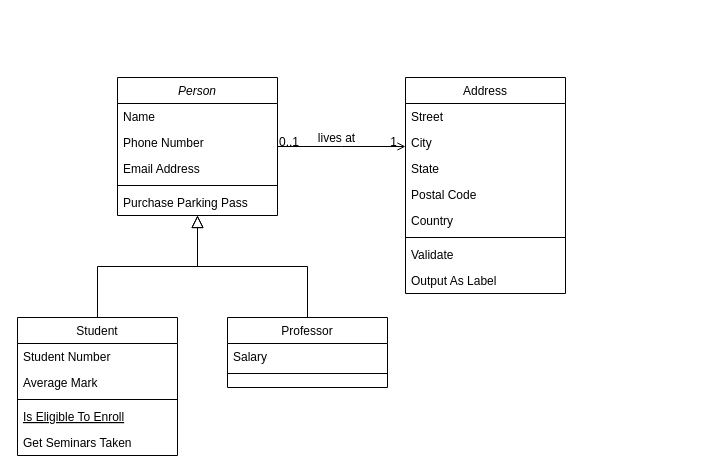
This is app/blog/Untitled Diagram.drawio from Xgrow420/xgrowServer3, a draw.io file, before an edit. Source tidied: cells renumbered, new cells numbered last; positions are measured from the earlier drawing's top-left corner, leaving out a move shared by most shapes. Both pictures are drawn from the tidied source at 100%, with x=0, y=0 at pixel (17, 77).
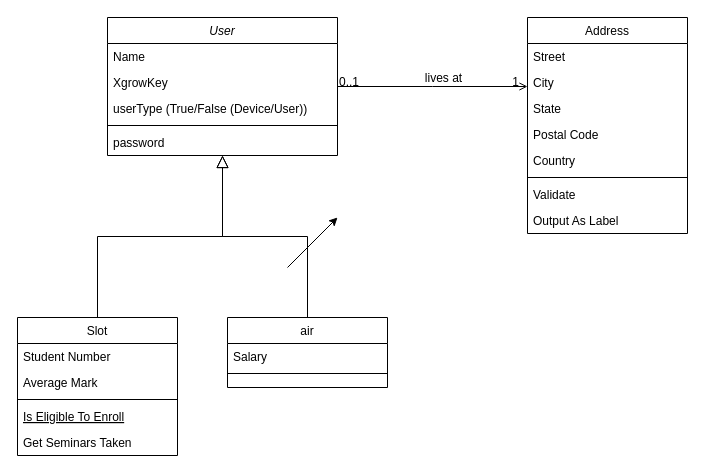
After the change.

The edit, as a diff of the source:
```diff
@@
-    <mxCell id="2" value="Person" style="swimlane;fontStyle=2;align=center;verticalAlign=top;horizontal=1;startSize=26;rounded=0;shadow=0;strokeWidth=1;" parent="1" vertex="1">
-      <mxGeometry x="100" width="160" height="138" as="geometry" />
+    <mxCell id="2" value="User" style="swimlane;fontStyle=2;align=center;verticalAlign=top;horizontal=1;startSize=26;rounded=0;shadow=0;strokeWidth=1;" parent="1" vertex="1">
+      <mxGeometry x="90" y="-60" width="230" height="138" as="geometry" />
     </mxCell>
     <mxCell id="3" value="Name" style="text;align=left;verticalAlign=top;spacingLeft=4;spacingRight=4;overflow=hidden;" parent="2" vertex="1">
-      <mxGeometry y="26" width="160" height="26" as="geometry" />
+      <mxGeometry y="26" width="230" height="26" as="geometry" />
     </mxCell>
-    <mxCell id="4" value="Phone Number" style="text;align=left;verticalAlign=top;spacingLeft=4;spacingRight=4;overflow=hidden;rounded=0;shadow=0;html=0;" parent="2" vertex="1">
-      <mxGeometry y="52" width="160" height="26" as="geometry" />
+    <mxCell id="4" value="XgrowKey" style="text;align=left;verticalAlign=top;spacingLeft=4;spacingRight=4;overflow=hidden;rounded=0;shadow=0;html=0;" parent="2" vertex="1">
+      <mxGeometry y="52" width="230" height="26" as="geometry" />
     </mxCell>
-    <mxCell id="5" value="Email Address" style="text;align=left;verticalAlign=top;spacingLeft=4;spacingRight=4;overflow=hidden;rounded=0;shadow=0;html=0;" parent="2" vertex="1">
-      <mxGeometry y="78" width="160" height="26" as="geometry" />
+    <mxCell id="5" value="userType (True/False (Device/User))" style="text;align=left;verticalAlign=top;spacingLeft=4;spacingRight=4;overflow=hidden;rounded=0;shadow=0;html=0;" parent="2" vertex="1">
+      <mxGeometry y="78" width="230" height="26" as="geometry" />
     </mxCell>
     <mxCell id="6" style="line;html=1;strokeWidth=1;align=left;verticalAlign=middle;spacingTop=-1;spacingLeft=3;spacingRight=3;labelPosition=right;" parent="2" vertex="1">
-      <mxGeometry y="104" width="160" height="8" as="geometry" />
+      <mxGeometry y="104" width="230" height="8" as="geometry" />
     </mxCell>
-    <mxCell id="7" value="Purchase Parking Pass" style="text;align=left;verticalAlign=top;spacingLeft=4;spacingRight=4;overflow=hidden;" parent="2" vertex="1">
-      <mxGeometry y="112" width="160" height="26" as="geometry" />
+    <mxCell id="7" value="password" style="text;align=left;verticalAlign=top;spacingLeft=4;spacingRight=4;overflow=hidden;" parent="2" vertex="1">
+      <mxGeometry y="112" width="230" height="26" as="geometry" />
     </mxCell>
-    <mxCell id="8" value="Student" style="swimlane;fontStyle=0;align=center;verticalAlign=top;horizontal=1;startSize=26;rounded=0;shadow=0;strokeWidth=1;" parent="1" vertex="1">
+    <mxCell id="8" value="Slot" style="swimlane;fontStyle=0;align=center;verticalAlign=top;horizontal=1;startSize=26;rounded=0;shadow=0;strokeWidth=1;" parent="1" vertex="1">
       <mxGeometry y="240" width="160" height="138" as="geometry" />
     </mxCell>
@@
-    <mxCell id="15" value="Professor" style="swimlane;fontStyle=0;align=center;verticalAlign=top;horizontal=1;startSize=26;rounded=0;shadow=0;strokeWidth=1;" parent="1" vertex="1">
+    <mxCell id="15" value="air" style="swimlane;fontStyle=0;align=center;verticalAlign=top;horizontal=1;startSize=26;rounded=0;shadow=0;strokeWidth=1;" parent="1" vertex="1">
       <mxGeometry x="210" y="240" width="160" height="70" as="geometry" />
     </mxCell>
@@
     <mxCell id="19" value="Address" style="swimlane;fontStyle=0;align=center;verticalAlign=top;horizontal=1;startSize=26;rounded=0;shadow=0;strokeWidth=1;" parent="1" vertex="1">
-      <mxGeometry x="388" width="160" height="216" as="geometry" />
+      <mxGeometry x="510" y="-60" width="160" height="216" as="geometry" />
     </mxCell>
@@
+    <mxCell id="32" style="endArrow=classic;html=1;rounded=0;" parent="1" edge="1">
+      <mxGeometry relative="1" as="geometry">
+        <mxPoint x="270" y="190" as="sourcePoint" />
+        <mxPoint x="320" y="140" as="targetPoint" />
+      </mxGeometry>
+    </mxCell>
```
